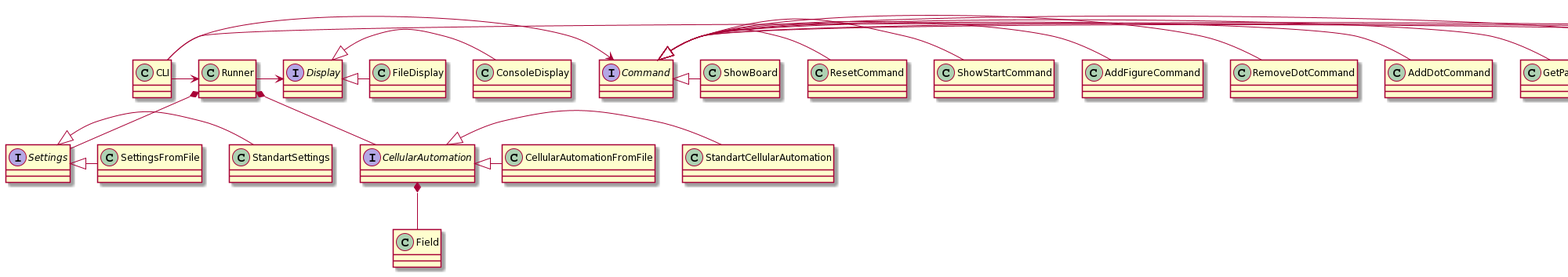
Before: uml-diagrams/classes.png, a diagram exported from PlantUML (yutsareva/game-of-life). Its diagram source:
```plantuml
@startuml
interface Settings
class StandartSettings
class SettingsFromFile

class Field {}

interface CellularAutomation
class StandartCellularAutomation
class CellularAutomationFromFile

interface Reader
class ConsoleReader
class FileReader

interface Display {}
class ConsoleDisplay
class FileDisplay
class Runner {}

interface Command
class RunCommand
class InitializeCommand
class SetRulesCommand
class GetParamsCommand
class AddDotCommand
class RemoveDotCommand
class AddFigureCommand
class ShowStartCommand
class ResetCommand
class ShowBoard

class CLI
class Runner

Settings <|- StandartSettings
Settings <|- SettingsFromFile

CellularAutomation <|- StandartCellularAutomation
CellularAutomation <|- CellularAutomationFromFile

Reader <|- ConsoleReader
Reader <|- FileReader

Display <|- ConsoleDisplay
Display <|- FileDisplay

Command <|- RunCommand
Command <|- InitializeCommand
Command <|- SetRulesCommand
Command <|- GetParamsCommand
Command <|- AddDotCommand
Command <|- RemoveDotCommand
Command <|- AddFigureCommand
Command <|- ShowStartCommand
Command <|- ResetCommand
Command <|- ShowBoard

CLI -> Command
CLI -> Reader
CLI -> Runner
Runner *-- CellularAutomation
CellularAutomation *-- Field
Runner *-- Settings
Runner -> Display
@enduml
```
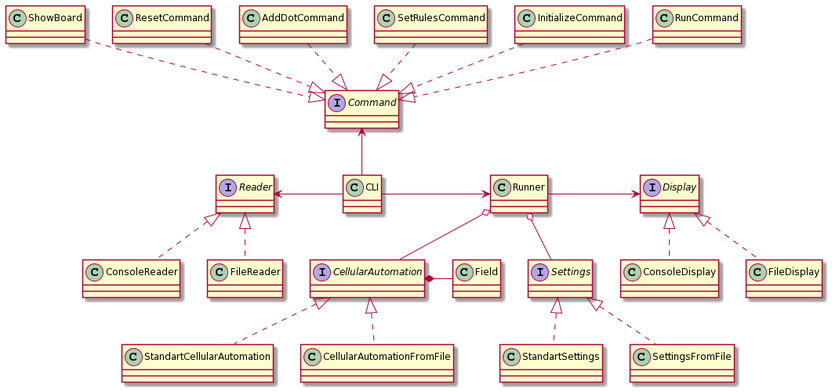
After the commit.

Commit message:
Fix classes uml diagram

What changed in the source:
```diff
@@ -2,8 +2,6 @@
 interface Settings
 class StandartSettings
 class SettingsFromFile
-
-class Field {}
 
 interface CellularAutomation
 class StandartCellularAutomation
@@ -13,54 +11,51 @@
 class ConsoleReader
 class FileReader
 
-interface Display {}
+interface Display
 class ConsoleDisplay
 class FileDisplay
-class Runner {}
 
 interface Command
 class RunCommand
 class InitializeCommand
 class SetRulesCommand
-class GetParamsCommand
 class AddDotCommand
-class RemoveDotCommand
-class AddFigureCommand
-class ShowStartCommand
 class ResetCommand
 class ShowBoard
 
+
 class CLI
+
 class Runner
 
-Settings <|- StandartSettings
-Settings <|- SettingsFromFile
+class Field
 
-CellularAutomation <|- StandartCellularAutomation
-CellularAutomation <|- CellularAutomationFromFile
 
-Reader <|- ConsoleReader
-Reader <|- FileReader
+Settings <|.down. StandartSettings
+Settings <|.down. SettingsFromFile
 
-Display <|- ConsoleDisplay
-Display <|- FileDisplay
+CellularAutomation <|.down. StandartCellularAutomation
+CellularAutomation <|.down. CellularAutomationFromFile
 
-Command <|- RunCommand
-Command <|- InitializeCommand
-Command <|- SetRulesCommand
-Command <|- GetParamsCommand
-Command <|- AddDotCommand
-Command <|- RemoveDotCommand
-Command <|- AddFigureCommand
-Command <|- ShowStartCommand
-Command <|- ResetCommand
-Command <|- ShowBoard
+Reader <|.down. ConsoleReader
+Reader <|.down. FileReader
 
-CLI -> Command
-CLI -> Reader
+Display <|.down. ConsoleDisplay
+Display <|.down. FileDisplay
+
+Command <|.up. RunCommand
+Command <|.up. InitializeCommand
+Command <|.up. SetRulesCommand
+Command <|.up. AddDotCommand
+Command <|.up. ResetCommand
+Command <|.up. ShowBoard
+
+
+CLI -up-> Command
+CLI -left-> Reader
 CLI -> Runner
-Runner *-- CellularAutomation
-CellularAutomation *-- Field
-Runner *-- Settings
+Runner o-- CellularAutomation
+CellularAutomation *-right- Field
+Runner o-- Settings
 Runner -> Display
 @enduml
```
